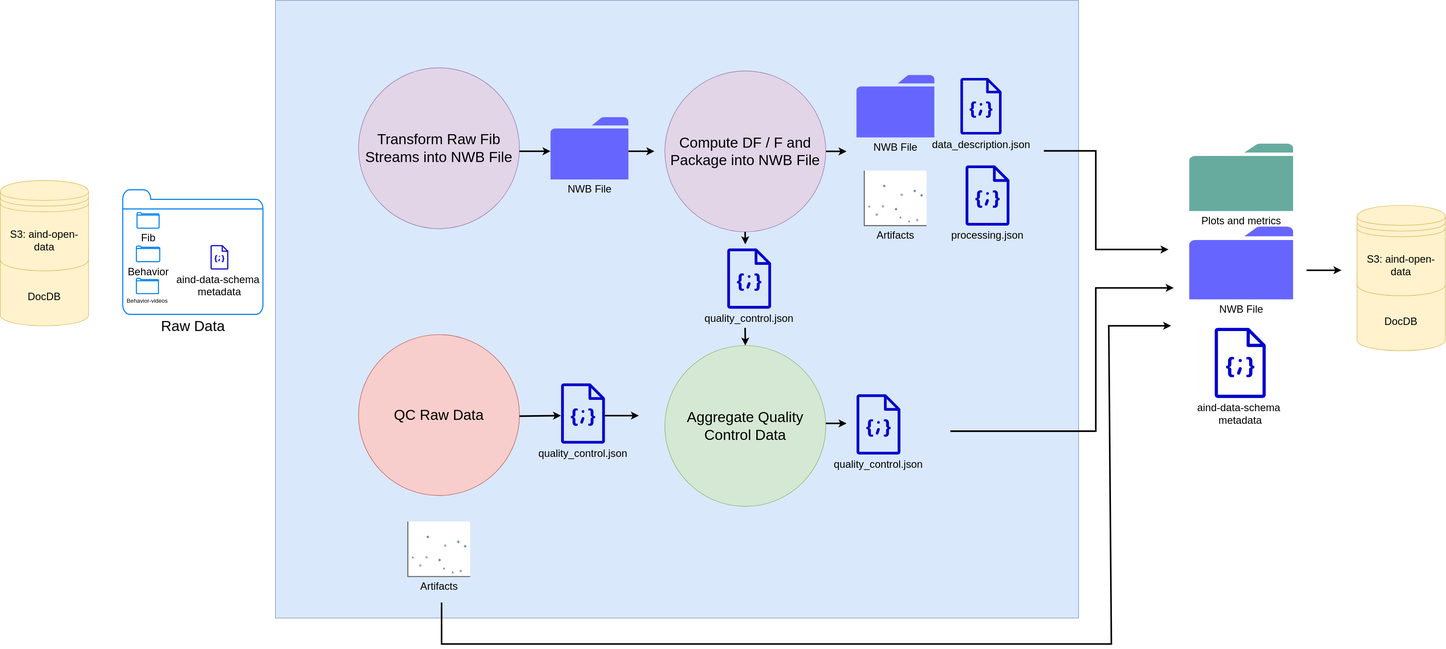
Above: docs/source/diagrams/dynamic_foraging/mid_level/codeocean_pipeline_diagram_DF_fiber.svg in AllenNeuralDynamics/aind-software-docs (draw.io), before the change. Source tidied: cells renumbered, new cells last; positions are measured from the earlier drawing's top-left corner, leaving out a move shared by most shapes.
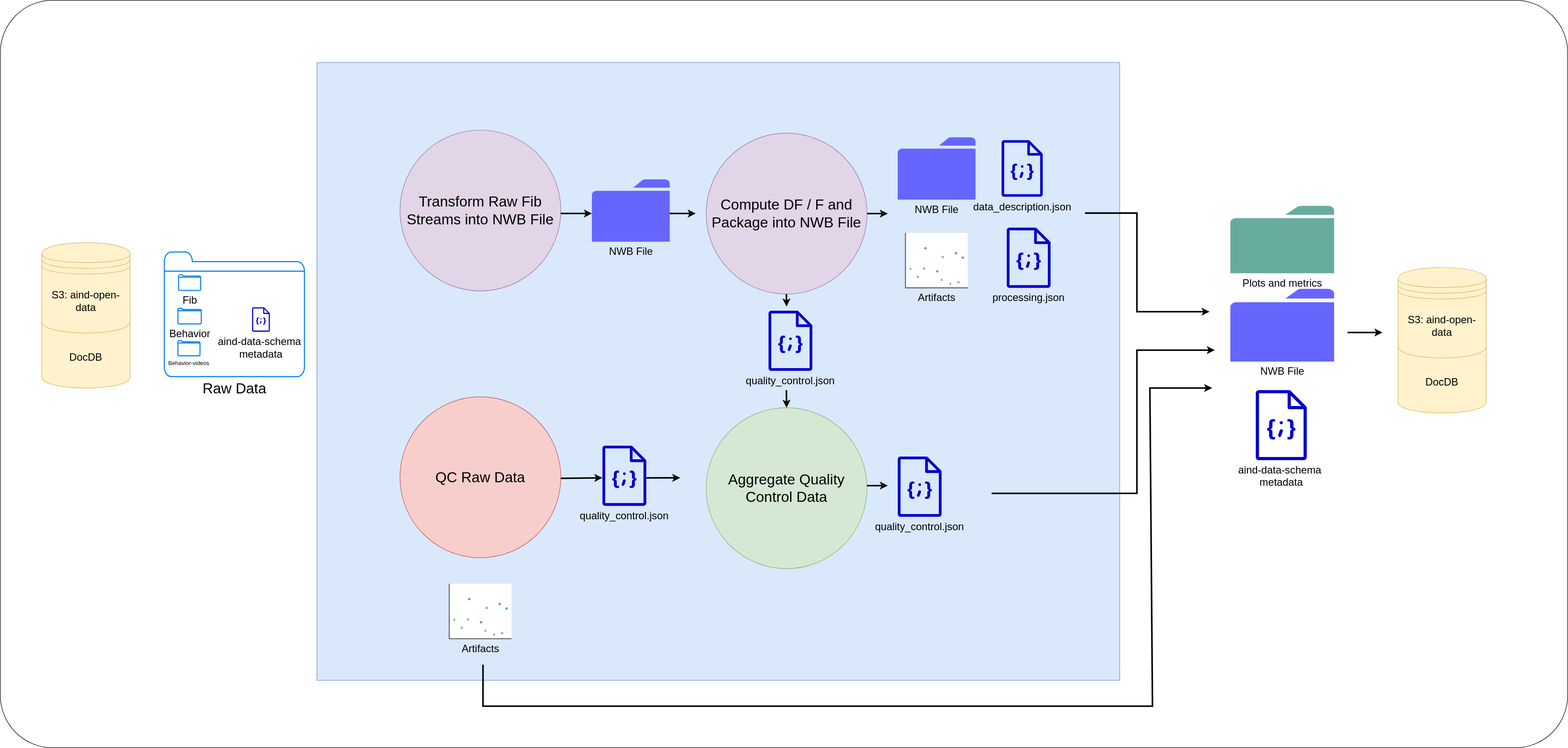
Above is the later version.

Diff of the diagram source:
```diff
@@ -2,6 +2,9 @@
   <root>
     <mxCell id="0" />
     <mxCell id="1" parent="0" />
+    <mxCell id="40" style="rounded=1;whiteSpace=wrap;html=1;arcSize=7;" parent="1" vertex="1">
+      <mxGeometry x="-80" y="-120" width="3020" height="1440" as="geometry" />
+    </mxCell>
     <mxCell id="2" style="rounded=0;whiteSpace=wrap;html=1;fillColor=#dae8fc;strokeColor=#6c8ebf;" parent="1" vertex="1">
       <mxGeometry x="530" width="1546.9" height="1190" as="geometry" />
     </mxCell>
```
